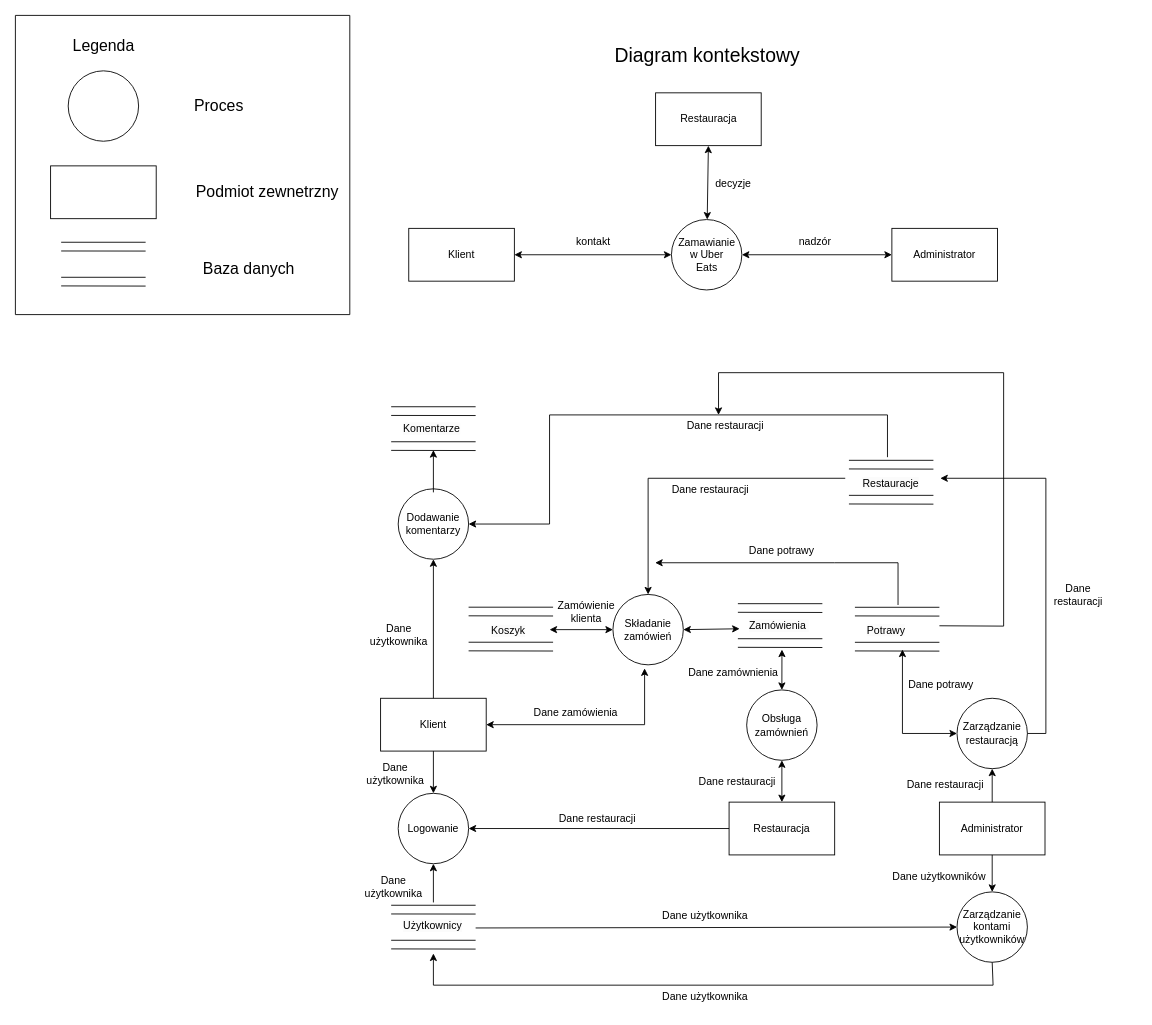
Earlier version of the draw.io diagram III semestr/uml/2_UberEats.drawio (kacperszczudlo/studia). Source tidied: cells renumbered, new cells numbered last; positions are measured from the earlier drawing's top-left corner, leaving out a move shared by most shapes. Both pictures are drawn from the tidied source at 88%, with x=0, y=0 at pixel (15, 15).
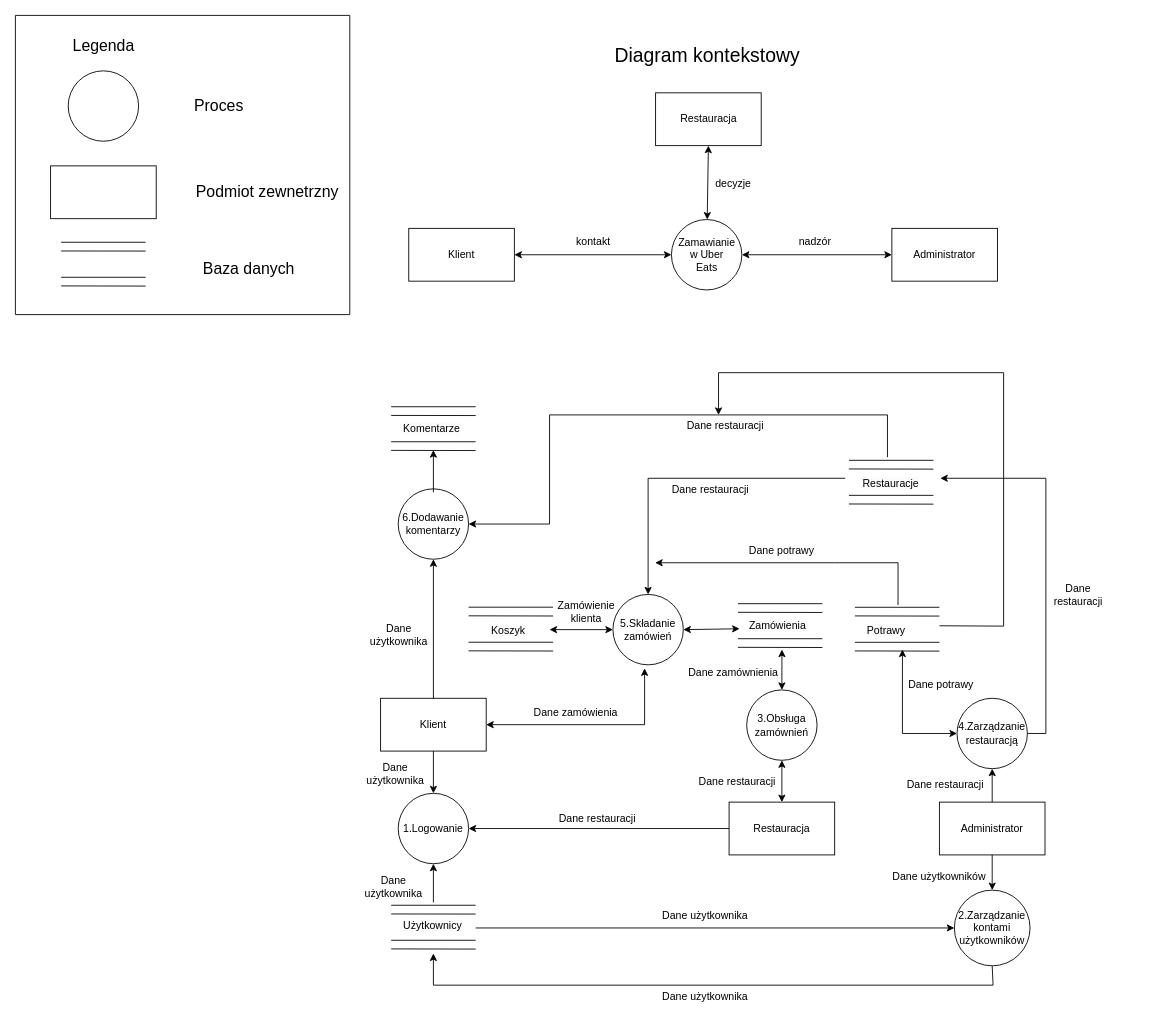
Above is the later version.

What changed in the source:
```diff
@@
-    <mxCell id="28" value="Dodawanie&lt;div&gt;komentarzy&lt;/div&gt;" style="ellipse;whiteSpace=wrap;html=1;" parent="1" vertex="1">
+    <mxCell id="28" value="6.Dodawanie&lt;div&gt;komentarzy&lt;/div&gt;" style="ellipse;whiteSpace=wrap;html=1;" parent="1" vertex="1">
       <mxGeometry x="435" y="538" width="80" height="80" as="geometry" />
     </mxCell>
-    <mxCell id="29" value="Składanie&lt;div&gt;zamówień&lt;/div&gt;" style="ellipse;whiteSpace=wrap;html=1;" parent="1" vertex="1">
+    <mxCell id="29" value="5.Składanie&lt;div&gt;zamówień&lt;/div&gt;" style="ellipse;whiteSpace=wrap;html=1;" parent="1" vertex="1">
       <mxGeometry x="679" y="658" width="80" height="80" as="geometry" />
     </mxCell>
-    <mxCell id="30" value="Obsługa zamównień" style="ellipse;whiteSpace=wrap;html=1;" parent="1" vertex="1">
+    <mxCell id="30" value="3.Obsługa zamównień" style="ellipse;whiteSpace=wrap;html=1;" parent="1" vertex="1">
       <mxGeometry x="831" y="766.5" width="80" height="80" as="geometry" />
     </mxCell>
-    <mxCell id="31" value="Logowanie" style="ellipse;whiteSpace=wrap;html=1;" parent="1" vertex="1">
+    <mxCell id="31" value="1.Logowanie" style="ellipse;whiteSpace=wrap;html=1;" parent="1" vertex="1">
       <mxGeometry x="435" y="884" width="80" height="80" as="geometry" />
     </mxCell>
-    <mxCell id="32" value="Zarządzanie&lt;div&gt;kontami&lt;/div&gt;&lt;div&gt;użytkowników&lt;/div&gt;" style="ellipse;whiteSpace=wrap;html=1;" parent="1" vertex="1">
-      <mxGeometry x="1070" y="996" width="80" height="80" as="geometry" />
+    <mxCell id="32" value="2.Zarządzanie&lt;div&gt;kontami&lt;/div&gt;&lt;div&gt;użytkowników&lt;/div&gt;" style="ellipse;whiteSpace=wrap;html=1;" parent="1" vertex="1">
+      <mxGeometry x="1067" y="994" width="86" height="86" as="geometry" />
     </mxCell>
@@
-    <mxCell id="61" value="Zarządzanie restauracją" style="ellipse;whiteSpace=wrap;html=1;" parent="1" vertex="1">
+    <mxCell id="61" value="4.Zarządzanie restauracją" style="ellipse;whiteSpace=wrap;html=1;" parent="1" vertex="1">
       <mxGeometry x="1070" y="776" width="80" height="80" as="geometry" />
     </mxCell>
```
